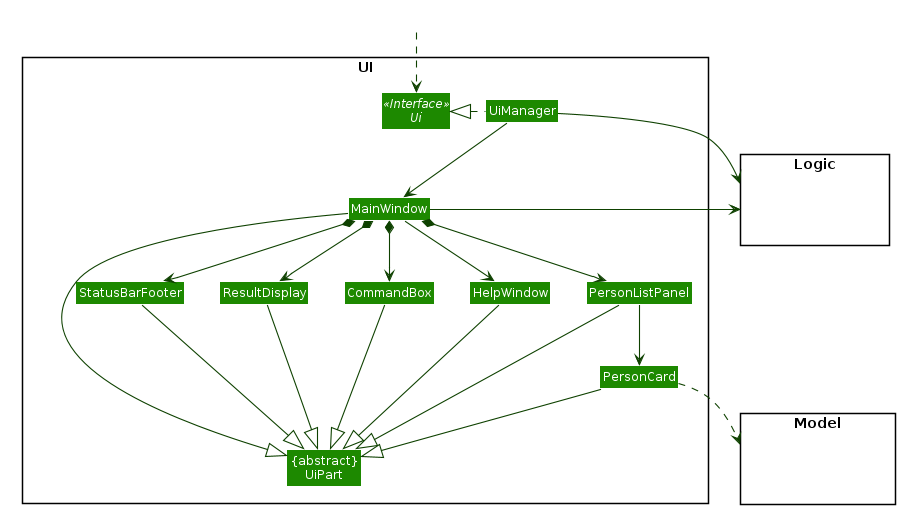
This is images/UiClassDiagram.png from DANamic/main, a PlantUML export, as it was before one commit. Its diagram source:
```plantuml
@startuml








skinparam BackgroundColor #FFFFFFF

skinparam Shadowing false

skinparam Class {
    FontColor #FFFFFF
    BorderThickness 1
    BorderColor #FFFFFF
    StereotypeFontColor #FFFFFF
    FontName Arial
}

skinparam Actor {
    BorderColor #000000
    Color #000000
    FontName Arial
}

skinparam Sequence {
    MessageAlign center
    BoxFontSize 15
    BoxPadding 0
    BoxFontColor #FFFFFF
    FontName Arial
}

skinparam Participant {
    FontColor #FFFFFFF
    Padding 20
}

skinparam MinClassWidth 50
skinparam ParticipantPadding 10
skinparam Shadowing false
skinparam DefaultTextAlignment center
skinparam packageStyle Rectangle

hide footbox
hide members
hide circle
skinparam arrowThickness 1.1
skinparam arrowColor #0E4100
skinparam classBackgroundColor #1D8900

package UI <<Rectangle>>{
Interface Ui <<Interface>>
Class "{abstract}\nUiPart" as UiPart
Class UiManager
Class MainWindow
Class HelpWindow
Class ResultDisplay
Class PersonListPanel
Class PersonCard
Class StatusBarFooter
Class CommandBox
}

package Model <<Rectangle>> {
Class HiddenModel #FFFFFF
}

package Logic <<Rectangle>> {
Class HiddenLogic #FFFFFF
}

Class HiddenOutside #FFFFFF
HiddenOutside ..> Ui

UiManager .left.|> Ui
UiManager -down-> MainWindow
MainWindow --> HelpWindow
MainWindow *-down-> CommandBox
MainWindow *-down-> ResultDisplay
MainWindow *-down-> PersonListPanel
MainWindow *-down-> StatusBarFooter

PersonListPanel -down-> PersonCard

MainWindow -left-|> UiPart

ResultDisplay --|> UiPart
CommandBox --|> UiPart
PersonListPanel --|> UiPart
PersonCard --|> UiPart
StatusBarFooter --|> UiPart
HelpWindow -down-|> UiPart

PersonCard ..> Model
UiManager -right-> Logic
MainWindow -left-> Logic

PersonListPanel -[hidden]left- HelpWindow
HelpWindow -[hidden]left- CommandBox
CommandBox -[hidden]left- ResultDisplay
ResultDisplay -[hidden]left- StatusBarFooter

MainWindow -[hidden]-|> UiPart
@enduml
```
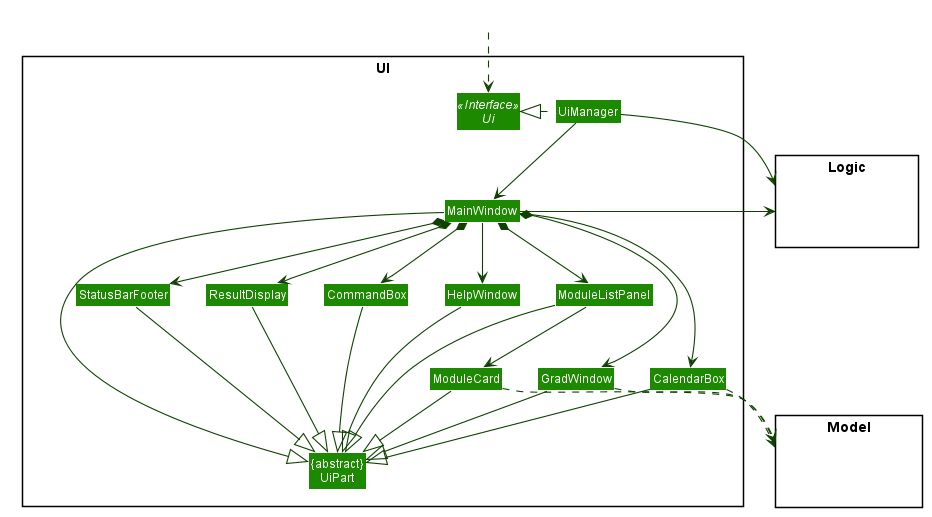
After the commit.

Change to the diagram source:
```diff
@@ -58,10 +58,12 @@
 Class MainWindow
 Class HelpWindow
 Class ResultDisplay
-Class PersonListPanel
-Class PersonCard
+Class ModuleListPanel
+Class GradWindow
+Class ModuleCard
 Class StatusBarFooter
 Class CommandBox
+Class CalendarBox
 }
 
 package Model <<Rectangle>> {
@@ -78,27 +80,33 @@
 UiManager .left.|> Ui
 UiManager -down-> MainWindow
 MainWindow --> HelpWindow
+MainWindow --> CalendarBox
 MainWindow *-down-> CommandBox
 MainWindow *-down-> ResultDisplay
-MainWindow *-down-> PersonListPanel
+MainWindow *-down-> ModuleListPanel
+MainWindow *-down-> GradWindow
 MainWindow *-down-> StatusBarFooter
 
-PersonListPanel -down-> PersonCard
+ModuleListPanel -down-> ModuleCard
 
 MainWindow -left-|> UiPart
 
 ResultDisplay --|> UiPart
 CommandBox --|> UiPart
-PersonListPanel --|> UiPart
-PersonCard --|> UiPart
+ModuleListPanel --|> UiPart
+GradWindow --|> UiPart
+ModuleCard --|> UiPart
 StatusBarFooter --|> UiPart
 HelpWindow -down-|> UiPart
+CalendarBox -down-|> UiPart
 
-PersonCard ..> Model
+GradWindow ..> Model
+CalendarBox ..> Model
+ModuleCard ..> Model
 UiManager -right-> Logic
 MainWindow -left-> Logic
 
-PersonListPanel -[hidden]left- HelpWindow
+ModuleListPanel -[hidden]left- HelpWindow
 HelpWindow -[hidden]left- CommandBox
 CommandBox -[hidden]left- ResultDisplay
 ResultDisplay -[hidden]left- StatusBarFooter
```
